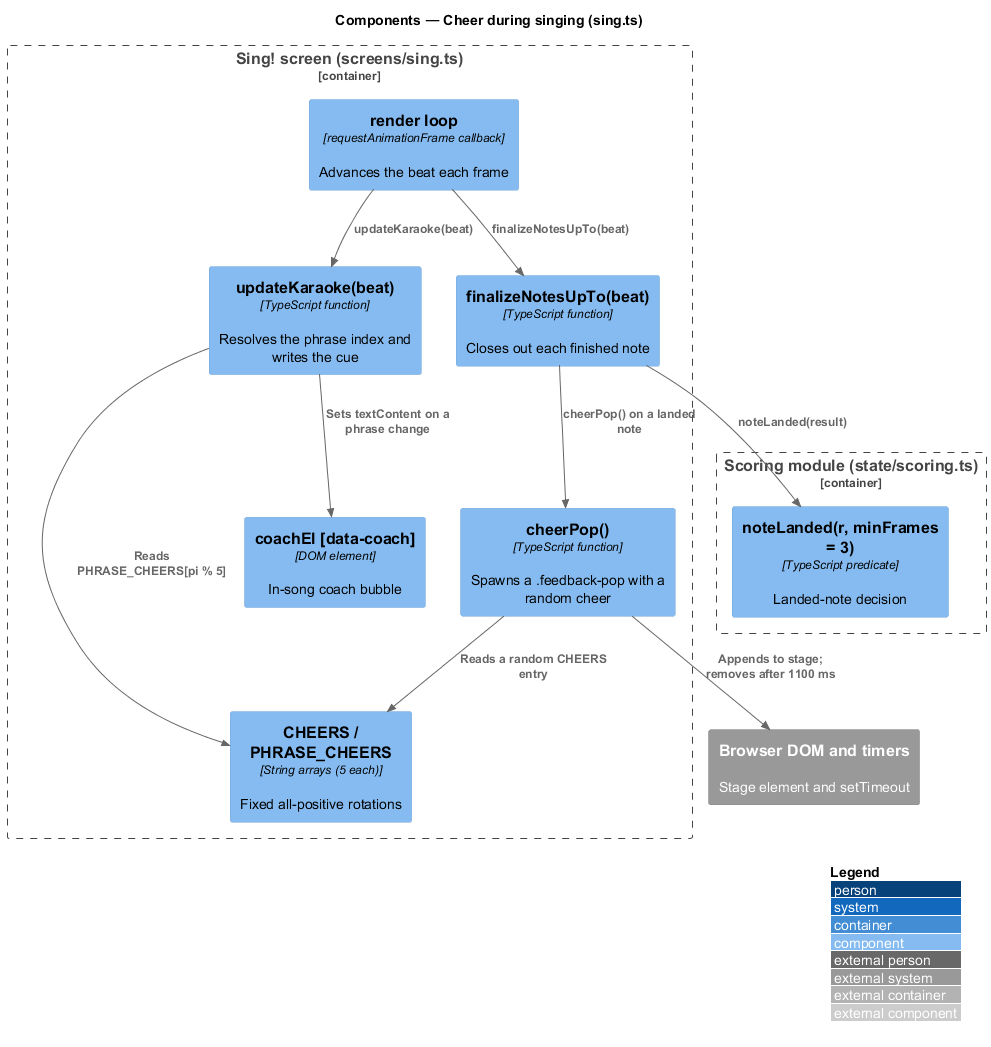
The PlantUML diagram docs/detailed-designs/coaching-and-encouragement/cheer-during-singing/diagrams/c4-component.png in QuinntyneBrown/TwinkleTune, before a commit. Its diagram source:
```plantuml
@startuml
!include <C4/C4_Component>
LAYOUT_WITH_LEGEND()
title Components — Cheer during singing (sing.ts)

Container_Boundary(sing, "Sing! screen (screens/sing.ts)") {
  Component(loop, "render loop", "requestAnimationFrame callback", "Advances the beat each frame")
  Component(finalize, "finalizeNotesUpTo(beat)", "TypeScript function", "Closes out each finished note")
  Component(pop, "cheerPop()", "TypeScript function", "Spawns a .feedback-pop with a random cheer")
  Component(karaoke, "updateKaraoke(beat)", "TypeScript function", "Resolves the phrase index and writes the cue")
  Component(cheers, "CHEERS / PHRASE_CHEERS", "String arrays (5 each)", "Fixed all-positive rotations")
  Component(coach, "coachEl [data-coach]", "DOM element", "In-song coach bubble")
}
Container_Boundary(scoring, "Scoring module (state/scoring.ts)") {
  Component(landed, "noteLanded(r, minFrames = 3)", "TypeScript predicate", "Landed-note decision")
}
System_Ext(browser, "Browser DOM and timers", "Stage element and setTimeout")

Rel(loop, finalize, "finalizeNotesUpTo(beat)")
Rel(loop, karaoke, "updateKaraoke(beat)")
Rel(finalize, landed, "noteLanded(result)")
Rel(finalize, pop, "cheerPop() on a landed note")
Rel(pop, cheers, "Reads a random CHEERS entry")
Rel(karaoke, cheers, "Reads PHRASE_CHEERS[pi % 5]")
Rel(karaoke, coach, "Sets textContent on a phrase change")
Rel(pop, browser, "Appends to stage; removes after 1100 ms")
@enduml
```
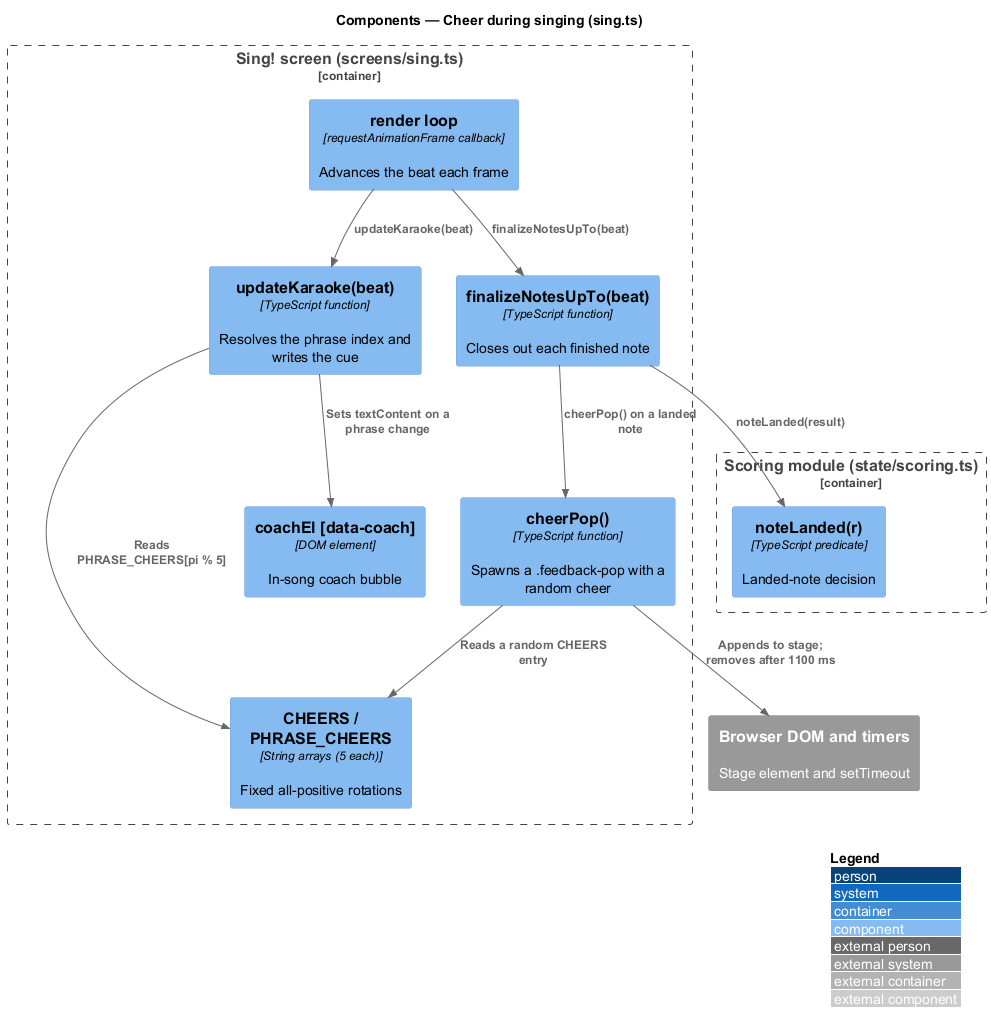
After the commit.

The edit, as a diff of the source:
```diff
@@ -12,7 +12,7 @@
   Component(coach, "coachEl [data-coach]", "DOM element", "In-song coach bubble")
 }
 Container_Boundary(scoring, "Scoring module (state/scoring.ts)") {
-  Component(landed, "noteLanded(r, minFrames = 3)", "TypeScript predicate", "Landed-note decision")
+  Component(landed, "noteLanded(r)", "TypeScript predicate", "Landed-note decision")
 }
 System_Ext(browser, "Browser DOM and timers", "Stage element and setTimeout")
 
```
